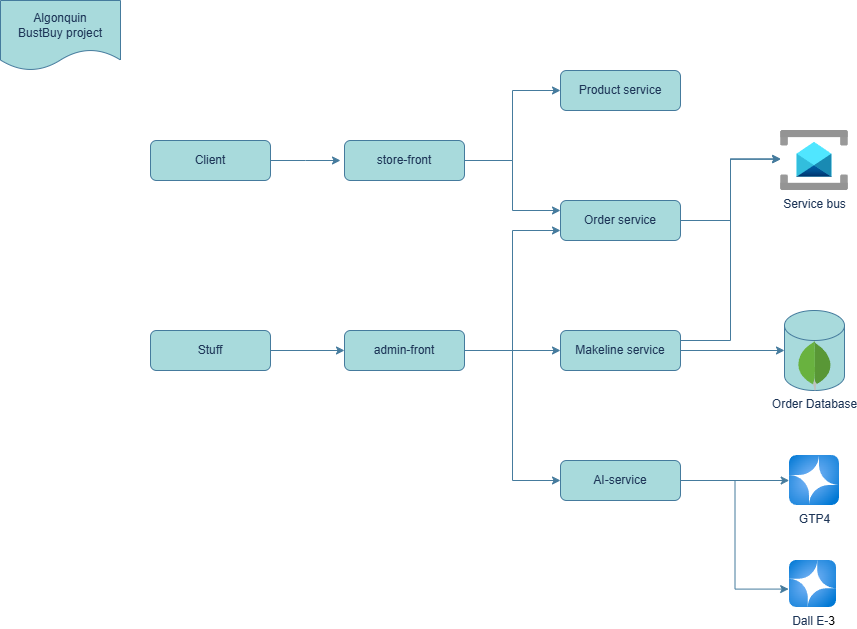
Above: img/diagram.png in lian0138/8915_Final (draw.io), before the change. Source tidied: cells renumbered, new cells last; positions are measured from the earlier drawing's top-left corner, leaving out a move shared by most shapes.
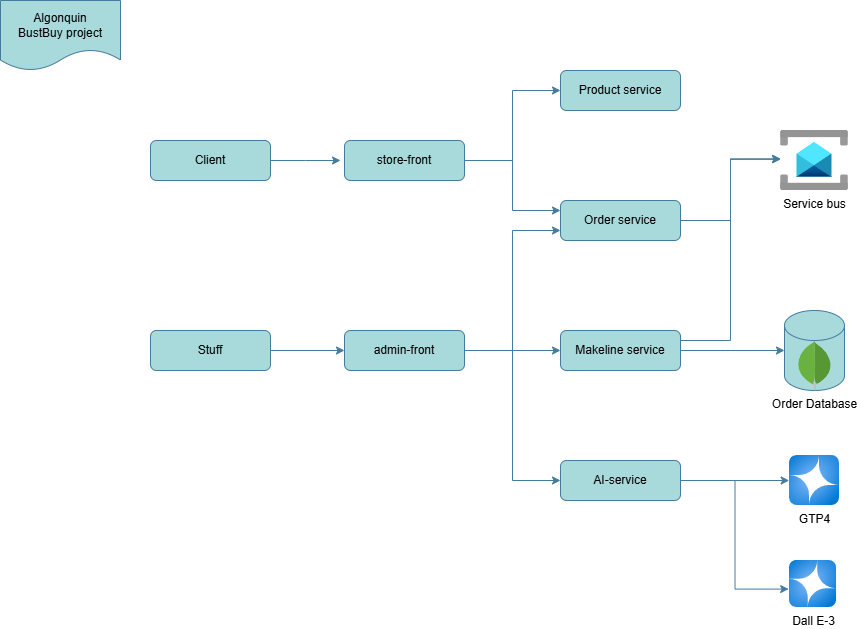
After the commit.

Diff of the diagram source:
```diff
@@ -1,85 +1,85 @@
-<mxGraphModel>
+<mxGraphModel background="#ffffff">
   <root>
     <mxCell id="0" />
     <mxCell id="1" parent="0" />
-    <mxCell id="2" style="edgeStyle=orthogonalEdgeStyle;rounded=0;jettySize=auto;html=1;exitX=1;exitY=0.5;exitDx=0;exitDy=0;labelBackgroundColor=none;strokeColor=#457B9D;fontColor=default;" parent="1" edge="1" source="3">
+    <mxCell id="2" style="edgeStyle=orthogonalEdgeStyle;rounded=0;jettySize=auto;html=1;exitX=1;exitY=0.5;exitDx=0;exitDy=0;labelBackgroundColor=none;strokeColor=#457B9D;fontColor=light-dark(#000000, #ffffff);" parent="1" edge="1" source="3">
       <mxGeometry relative="1" as="geometry">
         <mxPoint x="340" y="160" as="targetPoint" />
       </mxGeometry>
     </mxCell>
-    <mxCell id="3" value="Client" style="rounded=1;whiteSpace=wrap;html=1;fontSize=12;glass=0;strokeWidth=1;shadow=0;labelBackgroundColor=none;fillColor=#A8DADC;strokeColor=#457B9D;fontColor=#1D3557;" parent="1" vertex="1">
+    <mxCell id="3" value="Client" style="rounded=1;whiteSpace=wrap;html=1;fontSize=12;glass=0;strokeWidth=1;shadow=0;labelBackgroundColor=none;fillColor=#A8DADC;strokeColor=#457B9D;fontColor=light-dark(#000000, #ffffff);" parent="1" vertex="1">
       <mxGeometry x="150" y="140" width="120" height="40" as="geometry" />
     </mxCell>
-    <mxCell id="4" value="Product service" style="rounded=1;whiteSpace=wrap;html=1;fontSize=12;glass=0;strokeWidth=1;shadow=0;labelBackgroundColor=none;fillColor=#A8DADC;strokeColor=#457B9D;fontColor=#1D3557;" parent="1" vertex="1">
+    <mxCell id="4" value="Product service" style="rounded=1;whiteSpace=wrap;html=1;fontSize=12;glass=0;strokeWidth=1;shadow=0;labelBackgroundColor=none;fillColor=#A8DADC;strokeColor=#457B9D;fontColor=light-dark(#000000, #ffffff);" parent="1" vertex="1">
       <mxGeometry x="560" y="70" width="120" height="40" as="geometry" />
     </mxCell>
-    <mxCell id="5" style="edgeStyle=orthogonalEdgeStyle;rounded=0;jettySize=auto;html=1;exitX=1;exitY=0.5;exitDx=0;exitDy=0;entryX=0;entryY=0.5;entryDx=0;entryDy=0;labelBackgroundColor=none;strokeColor=#457B9D;fontColor=default;" parent="1" edge="1" source="7" target="4">
+    <mxCell id="5" style="edgeStyle=orthogonalEdgeStyle;rounded=0;jettySize=auto;html=1;exitX=1;exitY=0.5;exitDx=0;exitDy=0;entryX=0;entryY=0.5;entryDx=0;entryDy=0;labelBackgroundColor=none;strokeColor=#457B9D;fontColor=light-dark(#000000, #ffffff);" parent="1" edge="1" source="7" target="4">
       <mxGeometry relative="1" as="geometry" />
     </mxCell>
-    <mxCell id="6" style="edgeStyle=orthogonalEdgeStyle;rounded=0;jettySize=auto;html=1;exitX=1;exitY=0.5;exitDx=0;exitDy=0;entryX=0;entryY=0.25;entryDx=0;entryDy=0;labelBackgroundColor=none;strokeColor=#457B9D;fontColor=default;" parent="1" edge="1" source="7" target="15">
+    <mxCell id="6" style="edgeStyle=orthogonalEdgeStyle;rounded=0;jettySize=auto;html=1;exitX=1;exitY=0.5;exitDx=0;exitDy=0;entryX=0;entryY=0.25;entryDx=0;entryDy=0;labelBackgroundColor=none;strokeColor=#457B9D;fontColor=light-dark(#000000, #ffffff);" parent="1" edge="1" source="7" target="15">
       <mxGeometry relative="1" as="geometry" />
     </mxCell>
-    <mxCell id="7" value="store-front" style="rounded=1;whiteSpace=wrap;html=1;fontSize=12;glass=0;strokeWidth=1;shadow=0;labelBackgroundColor=none;fillColor=#A8DADC;strokeColor=#457B9D;fontColor=#1D3557;" parent="1" vertex="1">
+    <mxCell id="7" value="store-front" style="rounded=1;whiteSpace=wrap;html=1;fontSize=12;glass=0;strokeWidth=1;shadow=0;labelBackgroundColor=none;fillColor=#A8DADC;strokeColor=#457B9D;fontColor=light-dark(#000000, #ffffff);" parent="1" vertex="1">
       <mxGeometry x="344" y="140" width="120" height="40" as="geometry" />
     </mxCell>
-    <mxCell id="8" value="Makeline service" style="rounded=1;whiteSpace=wrap;html=1;fontSize=12;glass=0;strokeWidth=1;shadow=0;labelBackgroundColor=none;fillColor=#A8DADC;strokeColor=#457B9D;fontColor=#1D3557;" parent="1" vertex="1">
+    <mxCell id="8" value="Makeline service" style="rounded=1;whiteSpace=wrap;html=1;fontSize=12;glass=0;strokeWidth=1;shadow=0;labelBackgroundColor=none;fillColor=#A8DADC;strokeColor=#457B9D;fontColor=light-dark(#000000, #ffffff);" parent="1" vertex="1">
       <mxGeometry x="560" y="330" width="120" height="40" as="geometry" />
     </mxCell>
-    <mxCell id="9" style="edgeStyle=orthogonalEdgeStyle;rounded=0;jettySize=auto;html=1;exitX=1;exitY=0.5;exitDx=0;exitDy=0;entryX=0;entryY=0.5;entryDx=0;entryDy=0;labelBackgroundColor=none;strokeColor=#457B9D;fontColor=default;" parent="1" edge="1" source="10" target="14">
+    <mxCell id="9" style="edgeStyle=orthogonalEdgeStyle;rounded=0;jettySize=auto;html=1;exitX=1;exitY=0.5;exitDx=0;exitDy=0;entryX=0;entryY=0.5;entryDx=0;entryDy=0;labelBackgroundColor=none;strokeColor=#457B9D;fontColor=light-dark(#000000, #ffffff);" parent="1" edge="1" source="10" target="14">
       <mxGeometry relative="1" as="geometry" />
     </mxCell>
-    <mxCell id="10" value="Stuff" style="rounded=1;whiteSpace=wrap;html=1;fontSize=12;glass=0;strokeWidth=1;shadow=0;labelBackgroundColor=none;fillColor=#A8DADC;strokeColor=#457B9D;fontColor=#1D3557;" parent="1" vertex="1">
+    <mxCell id="10" value="Stuff" style="rounded=1;whiteSpace=wrap;html=1;fontSize=12;glass=0;strokeWidth=1;shadow=0;labelBackgroundColor=none;fillColor=#A8DADC;strokeColor=#457B9D;fontColor=light-dark(#000000, #ffffff);" parent="1" vertex="1">
       <mxGeometry x="150" y="330" width="120" height="40" as="geometry" />
     </mxCell>
-    <mxCell id="11" style="edgeStyle=orthogonalEdgeStyle;rounded=0;jettySize=auto;html=1;exitX=1;exitY=0.5;exitDx=0;exitDy=0;entryX=0;entryY=0.5;entryDx=0;entryDy=0;labelBackgroundColor=none;strokeColor=#457B9D;fontColor=default;" parent="1" edge="1" source="14" target="8">
+    <mxCell id="11" style="edgeStyle=orthogonalEdgeStyle;rounded=0;jettySize=auto;html=1;exitX=1;exitY=0.5;exitDx=0;exitDy=0;entryX=0;entryY=0.5;entryDx=0;entryDy=0;labelBackgroundColor=none;strokeColor=#457B9D;fontColor=light-dark(#000000, #ffffff);" parent="1" edge="1" source="14" target="8">
       <mxGeometry relative="1" as="geometry" />
     </mxCell>
-    <mxCell id="12" style="edgeStyle=orthogonalEdgeStyle;rounded=0;jettySize=auto;html=1;exitX=1;exitY=0.5;exitDx=0;exitDy=0;entryX=0;entryY=0.75;entryDx=0;entryDy=0;labelBackgroundColor=none;strokeColor=#457B9D;fontColor=default;" parent="1" edge="1" source="14" target="15">
+    <mxCell id="12" style="edgeStyle=orthogonalEdgeStyle;rounded=0;jettySize=auto;html=1;exitX=1;exitY=0.5;exitDx=0;exitDy=0;entryX=0;entryY=0.75;entryDx=0;entryDy=0;labelBackgroundColor=none;strokeColor=#457B9D;fontColor=light-dark(#000000, #ffffff);" parent="1" edge="1" source="14" target="15">
       <mxGeometry relative="1" as="geometry" />
     </mxCell>
-    <mxCell id="13" style="edgeStyle=orthogonalEdgeStyle;rounded=0;jettySize=auto;html=1;exitX=1;exitY=0.5;exitDx=0;exitDy=0;entryX=0;entryY=0.5;entryDx=0;entryDy=0;labelBackgroundColor=none;strokeColor=#457B9D;fontColor=default;" parent="1" edge="1" source="14" target="20">
+    <mxCell id="13" style="edgeStyle=orthogonalEdgeStyle;rounded=0;jettySize=auto;html=1;exitX=1;exitY=0.5;exitDx=0;exitDy=0;entryX=0;entryY=0.5;entryDx=0;entryDy=0;labelBackgroundColor=none;strokeColor=#457B9D;fontColor=light-dark(#000000, #ffffff);" parent="1" edge="1" source="14" target="20">
       <mxGeometry relative="1" as="geometry" />
     </mxCell>
-    <mxCell id="14" value="admin-front" style="rounded=1;whiteSpace=wrap;html=1;fontSize=12;glass=0;strokeWidth=1;shadow=0;labelBackgroundColor=none;fillColor=#A8DADC;strokeColor=#457B9D;fontColor=#1D3557;" parent="1" vertex="1">
+    <mxCell id="14" value="admin-front" style="rounded=1;whiteSpace=wrap;html=1;fontSize=12;glass=0;strokeWidth=1;shadow=0;labelBackgroundColor=none;fillColor=#A8DADC;strokeColor=#457B9D;fontColor=light-dark(#000000, #ffffff);" parent="1" vertex="1">
       <mxGeometry x="344" y="330" width="120" height="40" as="geometry" />
     </mxCell>
-    <mxCell id="15" value="Order service" style="rounded=1;whiteSpace=wrap;html=1;fontSize=12;glass=0;strokeWidth=1;shadow=0;labelBackgroundColor=none;fillColor=#A8DADC;strokeColor=#457B9D;fontColor=#1D3557;" parent="1" vertex="1">
+    <mxCell id="15" value="Order service" style="rounded=1;whiteSpace=wrap;html=1;fontSize=12;glass=0;strokeWidth=1;shadow=0;labelBackgroundColor=none;fillColor=#A8DADC;strokeColor=#457B9D;fontColor=light-dark(#000000, #ffffff);" parent="1" vertex="1">
       <mxGeometry x="560" y="200" width="120" height="40" as="geometry" />
     </mxCell>
-    <mxCell id="16" value="Algonquin&lt;div&gt;BustBuy project&lt;/div&gt;" style="shape=document;whiteSpace=wrap;html=1;boundedLbl=1;labelBackgroundColor=none;fillColor=#A8DADC;strokeColor=#457B9D;fontColor=#1D3557;" parent="1" vertex="1">
+    <mxCell id="16" value="Algonquin&lt;div&gt;BustBuy project&lt;/div&gt;" style="shape=document;whiteSpace=wrap;html=1;boundedLbl=1;labelBackgroundColor=none;fillColor=#A8DADC;strokeColor=#457B9D;fontColor=light-dark(#000000, #ffffff);" parent="1" vertex="1">
       <mxGeometry width="120" height="70" as="geometry" />
     </mxCell>
-    <mxCell id="17" value="Service bus" style="image;html=1;points=[];align=center;fontSize=12;image=img/lib/azure2/integration/Service_Bus.svg;labelBackgroundColor=none;fillColor=#A8DADC;strokeColor=#457B9D;fontColor=#1D3557;" parent="1" vertex="1">
+    <mxCell id="17" value="Service bus" style="image;html=1;points=[];align=center;fontSize=12;image=img/lib/azure2/integration/Service_Bus.svg;labelBackgroundColor=none;fillColor=#A8DADC;strokeColor=#457B9D;fontColor=light-dark(#000000, #ffffff);" parent="1" vertex="1">
       <mxGeometry x="780" y="130" width="68" height="60" as="geometry" />
     </mxCell>
-    <mxCell id="18" style="shape=cylinder3;whiteSpace=wrap;html=1;boundedLbl=1;backgroundOutline=1;size=15;labelBackgroundColor=none;fillColor=#A8DADC;strokeColor=#457B9D;fontColor=#1D3557;" parent="1" vertex="1">
+    <mxCell id="18" style="shape=cylinder3;whiteSpace=wrap;html=1;boundedLbl=1;backgroundOutline=1;size=15;labelBackgroundColor=none;fillColor=#A8DADC;strokeColor=#457B9D;fontColor=light-dark(#000000, #ffffff);" parent="1" vertex="1">
       <mxGeometry x="784" y="310" width="60" height="80" as="geometry" />
     </mxCell>
-    <mxCell id="19" value="Order Database" style="dashed=0;html=1;align=center;labelPosition=center;verticalLabelPosition=bottom;verticalAlign=top;shape=mxgraph.weblogos.mongodb;labelBackgroundColor=none;fillColor=#A8DADC;strokeColor=#457B9D;fontColor=#1D3557;" parent="1" vertex="1">
+    <mxCell id="19" value="Order Database" style="dashed=0;html=1;align=center;labelPosition=center;verticalLabelPosition=bottom;verticalAlign=top;shape=mxgraph.weblogos.mongodb;labelBackgroundColor=none;fillColor=#A8DADC;strokeColor=#457B9D;fontColor=light-dark(#000000, #ffffff);" parent="1" vertex="1">
       <mxGeometry x="796.7" y="340" width="34.6" height="50" as="geometry" />
     </mxCell>
-    <mxCell id="20" value="AI-service" style="rounded=1;whiteSpace=wrap;html=1;fontSize=12;glass=0;strokeWidth=1;shadow=0;labelBackgroundColor=none;fillColor=#A8DADC;strokeColor=#457B9D;fontColor=#1D3557;" parent="1" vertex="1">
+    <mxCell id="20" value="AI-service" style="rounded=1;whiteSpace=wrap;html=1;fontSize=12;glass=0;strokeWidth=1;shadow=0;labelBackgroundColor=none;fillColor=#A8DADC;strokeColor=#457B9D;fontColor=light-dark(#000000, #ffffff);" parent="1" vertex="1">
       <mxGeometry x="560" y="460" width="120" height="40" as="geometry" />
     </mxCell>
-    <mxCell id="21" value="GTP4" style="image;html=1;points=[];align=center;fontSize=12;image=img/lib/azure2/ai_machine_learning/Azure_OpenAI.svg;labelBackgroundColor=none;fillColor=#A8DADC;strokeColor=#457B9D;fontColor=#1D3557;" parent="1" vertex="1">
+    <mxCell id="21" value="GTP4" style="image;html=1;points=[];align=center;fontSize=12;image=img/lib/azure2/ai_machine_learning/Azure_OpenAI.svg;labelBackgroundColor=none;fillColor=#A8DADC;strokeColor=#457B9D;fontColor=light-dark(#000000, #ffffff);" parent="1" vertex="1">
       <mxGeometry x="789" y="455" width="50" height="50" as="geometry" />
     </mxCell>
-    <mxCell id="22" value="Dall E-&lt;span style=&quot;background-color: light-dark(#ffffff, var(--ge-dark-color, #121212)); color: light-dark(rgb(0, 0, 0), rgb(255, 255, 255));&quot;&gt;3&lt;/span&gt;" style="image;html=1;points=[];align=center;fontSize=12;image=img/lib/azure2/ai_machine_learning/Azure_OpenAI.svg;labelBackgroundColor=none;fillColor=#A8DADC;strokeColor=#457B9D;fontColor=#1D3557;" parent="1" vertex="1">
+    <mxCell id="22" value="Dall E-&lt;span style=&quot;background-color: light-dark(#ffffff, var(--ge-dark-color, #121212));&quot;&gt;3&lt;/span&gt;" style="image;html=1;points=[];align=center;fontSize=12;image=img/lib/azure2/ai_machine_learning/Azure_OpenAI.svg;labelBackgroundColor=none;fillColor=#A8DADC;strokeColor=#457B9D;fontColor=light-dark(#000000, #ffffff);" parent="1" vertex="1">
       <mxGeometry x="789" y="560" width="47" height="47" as="geometry" />
     </mxCell>
-    <mxCell id="23" style="edgeStyle=orthogonalEdgeStyle;rounded=0;jettySize=auto;html=1;exitX=1;exitY=0.5;exitDx=0;exitDy=0;entryX=0.002;entryY=0.471;entryDx=0;entryDy=0;entryPerimeter=0;labelBackgroundColor=none;strokeColor=#457B9D;fontColor=default;" parent="1" edge="1" source="15" target="17">
+    <mxCell id="23" style="edgeStyle=orthogonalEdgeStyle;rounded=0;jettySize=auto;html=1;exitX=1;exitY=0.5;exitDx=0;exitDy=0;entryX=0.002;entryY=0.471;entryDx=0;entryDy=0;entryPerimeter=0;labelBackgroundColor=none;strokeColor=#457B9D;fontColor=light-dark(#000000, #ffffff);" parent="1" edge="1" source="15" target="17">
       <mxGeometry relative="1" as="geometry" />
     </mxCell>
-    <mxCell id="24" style="edgeStyle=orthogonalEdgeStyle;rounded=0;jettySize=auto;html=1;exitX=1;exitY=0.25;exitDx=0;exitDy=0;entryX=0.002;entryY=0.481;entryDx=0;entryDy=0;entryPerimeter=0;labelBackgroundColor=none;strokeColor=#457B9D;fontColor=default;" parent="1" edge="1" source="8" target="17">
+    <mxCell id="24" style="edgeStyle=orthogonalEdgeStyle;rounded=0;jettySize=auto;html=1;exitX=1;exitY=0.25;exitDx=0;exitDy=0;entryX=0.002;entryY=0.481;entryDx=0;entryDy=0;entryPerimeter=0;labelBackgroundColor=none;strokeColor=#457B9D;fontColor=light-dark(#000000, #ffffff);" parent="1" edge="1" source="8" target="17">
       <mxGeometry relative="1" as="geometry" />
     </mxCell>
-    <mxCell id="25" style="edgeStyle=orthogonalEdgeStyle;rounded=0;jettySize=auto;html=1;exitX=1;exitY=0.5;exitDx=0;exitDy=0;entryX=0;entryY=0.5;entryDx=0;entryDy=0;entryPerimeter=0;labelBackgroundColor=none;strokeColor=#457B9D;fontColor=default;" parent="1" edge="1" source="8" target="18">
+    <mxCell id="25" style="edgeStyle=orthogonalEdgeStyle;rounded=0;jettySize=auto;html=1;exitX=1;exitY=0.5;exitDx=0;exitDy=0;entryX=0;entryY=0.5;entryDx=0;entryDy=0;entryPerimeter=0;labelBackgroundColor=none;strokeColor=#457B9D;fontColor=light-dark(#000000, #ffffff);" parent="1" edge="1" source="8" target="18">
       <mxGeometry relative="1" as="geometry" />
     </mxCell>
-    <mxCell id="26" style="edgeStyle=orthogonalEdgeStyle;rounded=0;jettySize=auto;html=1;exitX=1;exitY=0.5;exitDx=0;exitDy=0;entryX=-0.006;entryY=0.5;entryDx=0;entryDy=0;entryPerimeter=0;labelBackgroundColor=none;strokeColor=#457B9D;fontColor=default;" parent="1" edge="1" source="20" target="21">
+    <mxCell id="26" style="edgeStyle=orthogonalEdgeStyle;rounded=0;jettySize=auto;html=1;exitX=1;exitY=0.5;exitDx=0;exitDy=0;entryX=-0.006;entryY=0.5;entryDx=0;entryDy=0;entryPerimeter=0;labelBackgroundColor=none;strokeColor=#457B9D;fontColor=light-dark(#000000, #ffffff);" parent="1" edge="1" source="20" target="21">
       <mxGeometry relative="1" as="geometry" />
     </mxCell>
-    <mxCell id="27" style="edgeStyle=orthogonalEdgeStyle;rounded=0;jettySize=auto;html=1;exitX=1;exitY=0.5;exitDx=0;exitDy=0;entryX=-0.018;entryY=0.608;entryDx=0;entryDy=0;entryPerimeter=0;labelBackgroundColor=none;strokeColor=#457B9D;fontColor=default;" parent="1" edge="1" source="20" target="22">
+    <mxCell id="27" style="edgeStyle=orthogonalEdgeStyle;rounded=0;jettySize=auto;html=1;exitX=1;exitY=0.5;exitDx=0;exitDy=0;entryX=-0.018;entryY=0.608;entryDx=0;entryDy=0;entryPerimeter=0;labelBackgroundColor=none;strokeColor=#457B9D;fontColor=light-dark(#000000, #ffffff);" parent="1" edge="1" source="20" target="22">
       <mxGeometry relative="1" as="geometry" />
     </mxCell>
   </root>
```
